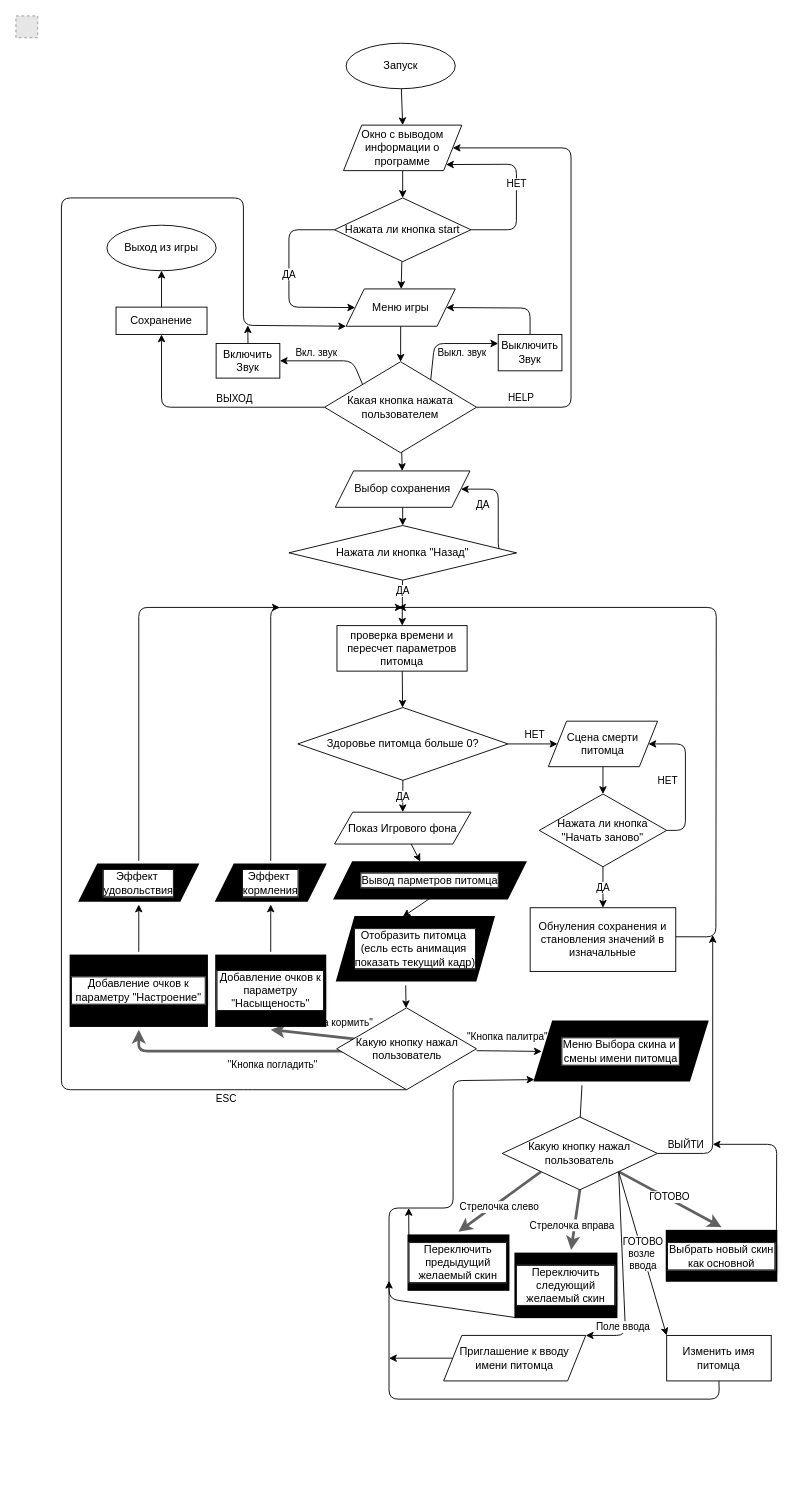
Before: schemes/functional(ivan).drawio in Ivan-proger/Tamagotchi_SDL2, a draw.io diagram. Source tidied: cells renumbered, new cells numbered last; positions are measured from the earlier drawing's top-left corner, leaving out a move shared by most shapes. Both pictures are drawn from the tidied source at 91%, with x=0, y=0 at pixel (15, 15). Pictures stored in the file or linked from it are replaced by grey dashed boxes.
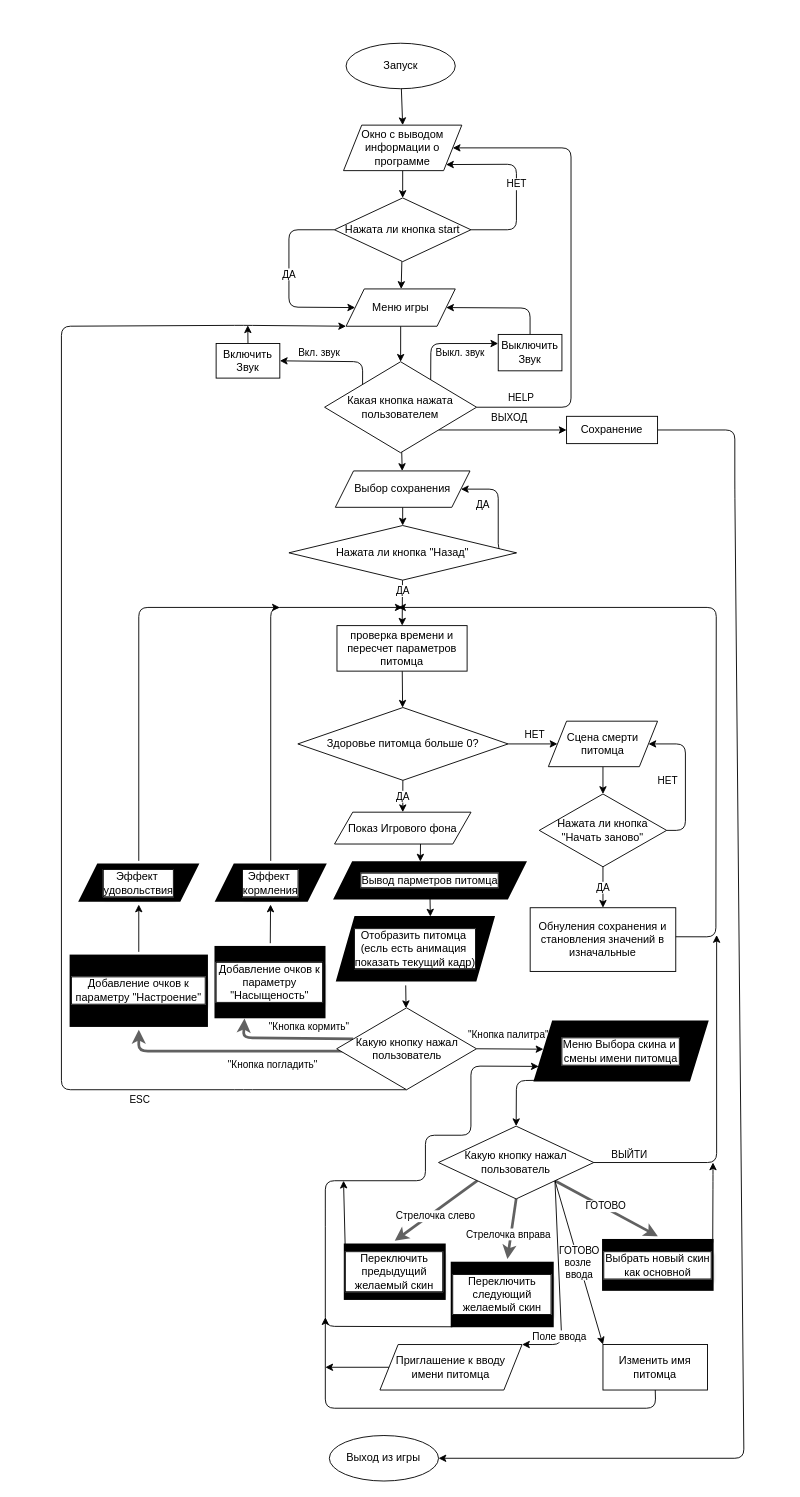
The same diagram, later.

Unchanged cells that the change refers to:
```xml
<mxCell id="24" value="Какая кнопка нажата пользователем" style="rhombus;whiteSpace=wrap;html=1;" parent="1" vertex="1">
  <mxGeometry x="339.2" y="380" width="167" height="100" as="geometry" />
</mxCell>
<mxCell id="26" value="Выключить Звук" style="rounded=0;whiteSpace=wrap;html=1;" parent="1" vertex="1">
  <mxGeometry x="530" y="350" width="70" height="40" as="geometry" />
</mxCell>
<mxCell id="28" value="Включить Звук" style="rounded=0;whiteSpace=wrap;html=1;" parent="1" vertex="1">
  <mxGeometry x="220" y="360" width="70" height="38" as="geometry" />
</mxCell>
<mxCell id="41" value="Показ Игрового фона" style="shape=parallelogram;perimeter=parallelogramPerimeter;whiteSpace=wrap;html=1;fixedSize=1;" parent="1" vertex="1">
  <mxGeometry x="350.1" y="875" width="150" height="35" as="geometry" />
</mxCell>
<mxCell id="43" value="Вывод парметров питомца" style="shape=parallelogram;perimeter=parallelogramPerimeter;whiteSpace=wrap;html=1;fixedSize=1;strokeWidth=2;rounded=0;shadow=0;perimeterSpacing=4;fillStyle=zigzag-line;gradientColor=none;fillColor=light-dark(#9C9C9C,#3B3B3B);fontColor=light-dark(#000000,#000000);labelBackgroundColor=default;labelBorderColor=default;textShadow=1;" parent="1" vertex="1">
  <mxGeometry x="350.1" y="930" width="209.9" height="40" as="geometry" />
</mxCell>
<mxCell id="45" value="Отобразить питомца&amp;nbsp;&lt;br&gt;(есль есть анимация&amp;nbsp;&lt;br&gt;показать текущий кадр)" style="shape=parallelogram;perimeter=parallelogramPerimeter;fixedSize=1;fontStyle=0;fillStyle=zigzag-line;strokeWidth=2;perimeterSpacing=4;shadow=0;rounded=0;gradientColor=none;fillColor=light-dark(#9C9C9C,#3B3B3B);fontColor=light-dark(#000000,#000000);labelBackgroundColor=default;labelBorderColor=default;textShadow=1;whiteSpace=wrap;html=1;" parent="1" vertex="1">
  <mxGeometry x="352.8" y="990" width="172.4" height="70" as="geometry" />
</mxCell>
<mxCell id="51" value="Какую кнопку нажал пользователь" style="rhombus;whiteSpace=wrap;html=1;fontStyle=0;" parent="1" vertex="1">
  <mxGeometry x="352.5" y="1090" width="153.6" height="90" as="geometry" />
</mxCell>
<mxCell id="66" value="Меню Выбора скина и&amp;nbsp;&lt;div&gt;смены имени питомца&lt;/div&gt;" style="shape=parallelogram;perimeter=parallelogramPerimeter;whiteSpace=wrap;html=1;fixedSize=1;strokeWidth=2;labelBackgroundColor=default;labelBorderColor=default;textShadow=1;shadow=0;rounded=0;perimeterSpacing=4;fillStyle=zigzag-line;gradientColor=none;fillColor=light-dark(#9C9C9C,#3B3B3B);fontColor=light-dark(#000000,#000000);" parent="1" vertex="1">
  <mxGeometry x="570" y="1105" width="190" height="65" as="geometry" />
</mxCell>
<mxCell id="89" value="Меню игры" style="shape=parallelogram;perimeter=parallelogramPerimeter;whiteSpace=wrap;html=1;fixedSize=1;" parent="1" vertex="1">
  <mxGeometry x="362.8" y="300" width="120" height="41" as="geometry" />
</mxCell>
```

What changed in the source:
```diff
@@
-    <mxCell id="18" style="edgeStyle=none;html=1;exitX=0;exitY=0.5;exitDx=0;exitDy=0;entryX=1;entryY=1;entryDx=0;entryDy=0;" parent="1" edge="1" source="24">
-      <mxGeometry relative="1" as="geometry">
-        <mxPoint x="160" y="350" as="targetPoint" />
-        <Array as="points">
-          <mxPoint x="160" y="430" />
-        </Array>
-      </mxGeometry>
+    <mxCell id="18" style="edgeStyle=none;html=1;exitX=1;exitY=1;exitDx=0;exitDy=0;entryX=0;entryY=0.5;entryDx=0;entryDy=0;" parent="1" edge="1" source="24" target="31">
+      <mxGeometry relative="1" as="geometry" />
     </mxCell>
     <mxCell id="19" value="ВЫХОД" style="edgeLabel;html=1;align=center;verticalAlign=middle;" parent="18" vertex="1">
       <mxGeometry x="-0.25" y="2" relative="1" as="geometry">
-        <mxPoint x="-3" y="-12" as="offset" />
+        <mxPoint x="24" y="-12" as="offset" />
       </mxGeometry>
     </mxCell>
@@
     <mxCell id="21" value="Выкл. звук" style="edgeStyle=none;html=1;exitX=0.698;exitY=0.206;exitDx=0;exitDy=0;entryX=0;entryY=0.25;entryDx=0;entryDy=0;exitPerimeter=0;" parent="1" edge="1" source="24" target="26">
       <mxGeometry x="0.28" y="-10" relative="1" as="geometry">
         <Array as="points">
-          <mxPoint x="460" y="360" />
+          <mxPoint x="456" y="360" />
         </Array>
       </mxGeometry>
     </mxCell>
     <mxCell id="22" value="Вкл. звук" style="edgeStyle=none;html=1;exitX=0;exitY=0;exitDx=0;exitDy=0;entryX=1;entryY=0.5;entryDx=0;entryDy=0;" parent="1" edge="1" source="24" target="28">
       <mxGeometry x="0.26" y="-9" relative="1" as="geometry">
         <Array as="points">
-          <mxPoint x="370" y="379" />
+          <mxPoint x="381" y="380" />
         </Array>
       </mxGeometry>
     </mxCell>
@@
     <mxCell id="29" value="Выход из игры" style="ellipse;whiteSpace=wrap;html=1;" parent="1" vertex="1">
-      <mxGeometry x="100" y="230" width="120" height="50" as="geometry" />
+      <mxGeometry x="344.4" y="1560" width="120" height="50" as="geometry" />
     </mxCell>
-    <mxCell id="30" style="edgeStyle=none;html=1;" parent="1" edge="1" source="31" target="29">
-      <mxGeometry relative="1" as="geometry" />
+    <mxCell id="30" style="edgeStyle=none;html=1;exitX=1;exitY=0.5;exitDx=0;exitDy=0;" parent="1" edge="1" source="31" target="29">
+      <mxGeometry relative="1" as="geometry">
+        <Array as="points">
+          <mxPoint x="790" y="455" />
+          <mxPoint x="790" y="520" />
+          <mxPoint x="800" y="1585" />
+        </Array>
+      </mxGeometry>
     </mxCell>
     <mxCell id="31" value="Сохранение" style="rounded=0;whiteSpace=wrap;html=1;" parent="1" vertex="1">
-      <mxGeometry x="110" y="320" width="100" height="30" as="geometry" />
+      <mxGeometry x="605.1" y="440" width="100" height="30" as="geometry" />
     </mxCell>
@@
-    <mxCell id="40" style="edgeStyle=none;html=1;entryX=0.451;entryY=0.068;entryDx=0;entryDy=0;entryPerimeter=0;" parent="1" edge="1" source="41" target="43">
+    <mxCell id="40" style="edgeStyle=none;html=1;entryX=0.451;entryY=0.068;entryDx=0;entryDy=0;entryPerimeter=0;exitX=0.63;exitY=0.975;exitDx=0;exitDy=0;exitPerimeter=0;" parent="1" edge="1" source="41" target="43">
       <mxGeometry relative="1" as="geometry" />
     </mxCell>
@@
-    <mxCell id="42" style="edgeStyle=none;html=1;exitX=0.5;exitY=0.909;exitDx=0;exitDy=0;exitPerimeter=0;" parent="1" edge="1" source="43">
-      <mxGeometry relative="1" as="geometry">
-        <mxPoint x="425.1" y="990" as="targetPoint" />
-      </mxGeometry>
+    <mxCell id="42" style="edgeStyle=none;html=1;exitX=0.5;exitY=0.909;exitDx=0;exitDy=0;exitPerimeter=0;entryX=0.591;entryY=0.047;entryDx=0;entryDy=0;entryPerimeter=0;" parent="1" edge="1" source="43" target="45">
+      <mxGeometry relative="1" as="geometry" />
     </mxCell>
@@
-    <mxCell id="46" style="edgeStyle=none;html=1;exitX=0.139;exitY=0.382;exitDx=0;exitDy=0;entryX=0.5;entryY=1;entryDx=0;entryDy=0;exitPerimeter=0;fillColor=#60a917;strokeColor=light-dark(#616161,#000000);strokeWidth=3;" parent="1" edge="1" source="51" target="55">
-      <mxGeometry relative="1" as="geometry" />
+    <mxCell id="46" style="edgeStyle=none;html=1;exitX=0.118;exitY=0.379;exitDx=0;exitDy=0;exitPerimeter=0;fillColor=#60a917;strokeColor=light-dark(#616161,#000000);strokeWidth=3;entryX=0.281;entryY=0.969;entryDx=0;entryDy=0;entryPerimeter=0;" parent="1" edge="1" source="51" target="55">
+      <mxGeometry relative="1" as="geometry">
+        <Array as="points">
+          <mxPoint x="250" y="1123" />
+        </Array>
+      </mxGeometry>
     </mxCell>
@@
-    <mxCell id="48" value="&quot;Кнопка палитра&quot;" style="edgeStyle=none;html=1;" parent="1" edge="1">
-      <mxGeometry x="-0.05" y="15" relative="1" as="geometry">
-        <mxPoint x="506.2" y="1137.1" as="sourcePoint" />
-        <mxPoint x="577.8" y="1137.9" as="targetPoint" />
-      </mxGeometry>
+    <mxCell id="48" value="&quot;Кнопка палитра&quot;" style="edgeStyle=none;html=1;exitX=1;exitY=0.5;exitDx=0;exitDy=0;entryX=0.069;entryY=0.472;entryDx=0;entryDy=0;entryPerimeter=0;" parent="1" edge="1" source="51" target="66">
+      <mxGeometry x="-0.05" y="15" relative="1" as="geometry" />
     </mxCell>
     <mxCell id="49" style="edgeStyle=none;html=1;exitX=0.5;exitY=1;exitDx=0;exitDy=0;entryX=0;entryY=1;entryDx=0;entryDy=0;" parent="1" edge="1" source="51" target="89">
       <mxGeometry relative="1" as="geometry">
         <Array as="points">
           <mxPoint x="250" y="1180" />
           <mxPoint x="50" y="1180" />
-          <mxPoint x="50" y="200" />
-          <mxPoint x="250" y="200" />
+          <mxPoint x="50" y="341" />
           <mxPoint x="250" y="340" />
         </Array>
       </mxGeometry>
     </mxCell>
     <mxCell id="50" value="ESC" style="edgeLabel;html=1;align=center;verticalAlign=middle;" parent="49" vertex="1">
       <mxGeometry x="-0.01" relative="1" as="geometry">
-        <mxPoint x="180" y="527" as="offset" />
+        <mxPoint x="85" y="389" as="offset" />
       </mxGeometry>
     </mxCell>
@@
     <mxCell id="55" value="Добавление очков к параметру &quot;Насыщеность&quot;" style="rounded=0;textShadow=1;whiteSpace=wrap;strokeWidth=2;html=1;glass=0;shadow=0;perimeterSpacing=4;fillStyle=zigzag-line;gradientColor=none;fillColor=light-dark(#9C9C9C,#3B3B3B);fontColor=light-dark(#000000,#000000);labelBackgroundColor=default;labelBorderColor=default;" parent="1" vertex="1">
-      <mxGeometry x="220" y="1032.5" width="120" height="77.5" as="geometry" />
+      <mxGeometry x="219.2" y="1023" width="120" height="77.5" as="geometry" />
     </mxCell>
@@
-    <mxCell id="65" style="edgeStyle=none;html=1;entryX=0.5;entryY=0;entryDx=0;entryDy=0;exitX=0.283;exitY=1.015;exitDx=0;exitDy=0;exitPerimeter=0;" parent="1" edge="1" source="66" target="78">
+    <mxCell id="65" style="edgeStyle=none;html=1;entryX=0.5;entryY=0;entryDx=0;entryDy=0;exitX=0.026;exitY=0.941;exitDx=0;exitDy=0;exitPerimeter=0;" parent="1" edge="1" source="66" target="78">
       <mxGeometry relative="1" as="geometry">
         <Array as="points">
-          <mxPoint x="619" y="1230" />
+          <mxPoint x="550" y="1170" />
         </Array>
       </mxGeometry>
     </mxCell>
@@
     <mxCell id="67" style="edgeStyle=none;html=1;exitX=1;exitY=0.5;exitDx=0;exitDy=0;" parent="1" edge="1" source="78">
       <mxGeometry relative="1" as="geometry">
-        <mxPoint x="765.7" y="1010" as="targetPoint" />
+        <mxPoint x="770" y="1010" as="targetPoint" />
         <Array as="points">
-          <mxPoint x="765.7" y="1250" />
+          <mxPoint x="770" y="1260" />
         </Array>
       </mxGeometry>
     </mxCell>
@@
     <mxCell id="76" style="edgeStyle=none;html=1;exitX=1;exitY=1;exitDx=0;exitDy=0;entryX=1;entryY=0;entryDx=0;entryDy=0;" parent="1" edge="1" source="78" target="88">
       <mxGeometry relative="1" as="geometry">
         <Array as="points">
-          <mxPoint x="670" y="1450" />
+          <mxPoint x="600" y="1460" />
         </Array>
       </mxGeometry>
     </mxCell>
@@
     <mxCell id="78" value="Какую кнопку нажал пользователь" style="rhombus;whiteSpace=wrap;html=1;" parent="1" vertex="1">
-      <mxGeometry x="534.4" y="1210" width="170.6" height="80" as="geometry" />
+      <mxGeometry x="464.4" y="1220" width="170.6" height="80" as="geometry" />
     </mxCell>
-    <mxCell id="79" style="edgeStyle=none;html=1;entryX=0.019;entryY=0.93;entryDx=0;entryDy=0;exitX=0.04;exitY=0.955;exitDx=0;exitDy=0;exitPerimeter=0;entryPerimeter=0;" parent="1" edge="1" source="80" target="66">
+    <mxCell id="79" style="edgeStyle=none;html=1;exitX=0.04;exitY=0.955;exitDx=0;exitDy=0;exitPerimeter=0;entryX=0.043;entryY=0.731;entryDx=0;entryDy=0;entryPerimeter=0;" parent="1" edge="1" source="80" target="66">
       <mxGeometry relative="1" as="geometry">
         <Array as="points">
-          <mxPoint x="410" y="1410" />
-          <mxPoint x="410" y="1310" />
-          <mxPoint x="480.4" y="1310" />
-          <mxPoint x="480.4" y="1170" />
+          <mxPoint x="340" y="1440" />
+          <mxPoint x="340" y="1320" />
+          <mxPoint x="340" y="1280" />
+          <mxPoint x="450" y="1280" />
+          <mxPoint x="450" y="1230" />
+          <mxPoint x="500" y="1230" />
+          <mxPoint x="500" y="1154" />
         </Array>
       </mxGeometry>
     </mxCell>
     <mxCell id="80" value="Переключить следующий желаемый скин" style="whiteSpace=wrap;html=1;strokeWidth=2;shadow=0;rounded=0;perimeterSpacing=4;fillStyle=zigzag-line;gradientColor=none;fillColor=light-dark(#9C9C9C,#3B3B3B);fontColor=light-dark(#000000,#000000);labelBackgroundColor=default;labelBorderColor=default;textShadow=1;" parent="1" vertex="1">
-      <mxGeometry x="548.8" y="1360" width="111.2" height="70" as="geometry" />
+      <mxGeometry x="478.8" y="1370" width="111.2" height="70" as="geometry" />
     </mxCell>
     <mxCell id="81" style="edgeStyle=none;html=1;exitX=0.038;exitY=0.071;exitDx=0;exitDy=0;exitPerimeter=0;" parent="1" edge="1" source="82">
       <mxGeometry relative="1" as="geometry">
-        <mxPoint x="431.6" y="1310" as="targetPoint" />
+        <mxPoint x="360" y="1280" as="targetPoint" />
       </mxGeometry>
     </mxCell>
     <mxCell id="82" value="Переключить предыдущий желаемый скин" style="rounded=0;glass=0;whiteSpace=wrap;html=1;strokeWidth=2;shadow=0;perimeterSpacing=4;fillStyle=zigzag-line;gradientColor=none;fillColor=light-dark(#9C9C9C,#3B3B3B);fontColor=light-dark(#000000,#000000);labelBackgroundColor=default;labelBorderColor=default;textShadow=1;" parent="1" vertex="1">
-      <mxGeometry x="431.3" y="1340" width="110" height="60" as="geometry" />
+      <mxGeometry x="361.3" y="1350" width="110" height="60" as="geometry" />
     </mxCell>
     <mxCell id="83" style="edgeStyle=none;html=1;exitX=0.969;exitY=0.111;exitDx=0;exitDy=0;exitPerimeter=0;" parent="1" edge="1" source="84">
       <mxGeometry relative="1" as="geometry">
-        <mxPoint x="765.7" y="1240" as="targetPoint" />
+        <mxPoint x="766" y="1260" as="targetPoint" />
         <Array as="points">
-          <mxPoint x="836" y="1240" />
+          <mxPoint x="766" y="1280" />
         </Array>
       </mxGeometry>
     </mxCell>
     <mxCell id="84" value="Выбрать новый скин как основной" style="rounded=0;whiteSpace=wrap;html=1;strokeWidth=2;shadow=0;perimeterSpacing=4;fillStyle=zigzag-line;gradientColor=none;fillColor=light-dark(#9C9C9C,#3B3B3B);fontColor=light-dark(#000000,#000000);labelBackgroundColor=default;labelBorderColor=default;textShadow=1;" parent="1" vertex="1">
-      <mxGeometry x="715.1" y="1335" width="120.6" height="55" as="geometry" />
+      <mxGeometry x="645.1" y="1345" width="120.6" height="55" as="geometry" />
     </mxCell>
     <mxCell id="85" style="edgeStyle=none;html=1;exitX=0.5;exitY=1;exitDx=0;exitDy=0;" parent="1" edge="1" source="86">
       <mxGeometry relative="1" as="geometry">
-        <mxPoint x="410" y="1390" as="targetPoint" />
+        <mxPoint x="340" y="1430" as="targetPoint" />
         <Array as="points">
-          <mxPoint x="773" y="1520" />
-          <mxPoint x="410" y="1520" />
+          <mxPoint x="703" y="1530" />
+          <mxPoint x="340" y="1530" />
         </Array>
       </mxGeometry>
     </mxCell>
     <mxCell id="86" value="Изменить имя питомца" style="rounded=0;whiteSpace=wrap;html=1;" parent="1" vertex="1">
-      <mxGeometry x="715.1" y="1450" width="114.9" height="50" as="geometry" />
+      <mxGeometry x="645.1" y="1460" width="114.9" height="50" as="geometry" />
     </mxCell>
     <mxCell id="87" style="edgeStyle=none;html=1;" parent="1" edge="1" source="88">
       <mxGeometry relative="1" as="geometry">
-        <mxPoint x="410" y="1475" as="targetPoint" />
+        <mxPoint x="340" y="1485" as="targetPoint" />
       </mxGeometry>
     </mxCell>
     <mxCell id="88" value="Приглашение к вводу имени питомца" style="shape=parallelogram;perimeter=parallelogramPerimeter;whiteSpace=wrap;html=1;fixedSize=1;" parent="1" vertex="1">
-      <mxGeometry x="470" y="1450" width="156.2" height="50" as="geometry" />
+      <mxGeometry x="400" y="1460" width="156.2" height="50" as="geometry" />
     </mxCell>
@@
-    <mxCell id="90" style="fillColor=#E6E6E6;strokeColor=#999999;dashed=1;verticalLabelPosition=bottom;labelBackgroundColor=default;verticalAlign=top;" parent="1" vertex="1">
-      <mxGeometry width="24" height="24" as="geometry" />
-    </mxCell>
```
